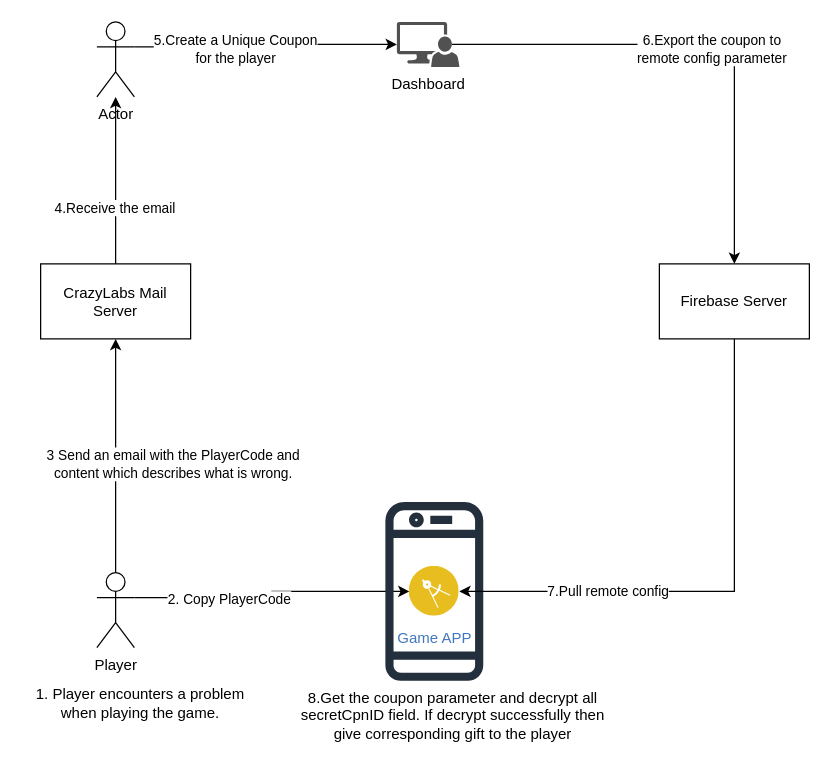
yaohuiwu/SimpleFS keeps this draw.io diagram as page "UniqueCoupon" (1 of 2) of Remote Config Coupon Architecture.drawio. Above is the earlier version. Source tidied: cells renumbered, new cells numbered last; positions are measured from the earlier drawing's top-left corner, leaving out a move shared by most shapes. Both pictures are drawn from the tidied source at 125%, with x=0, y=0 at pixel (21, 21).
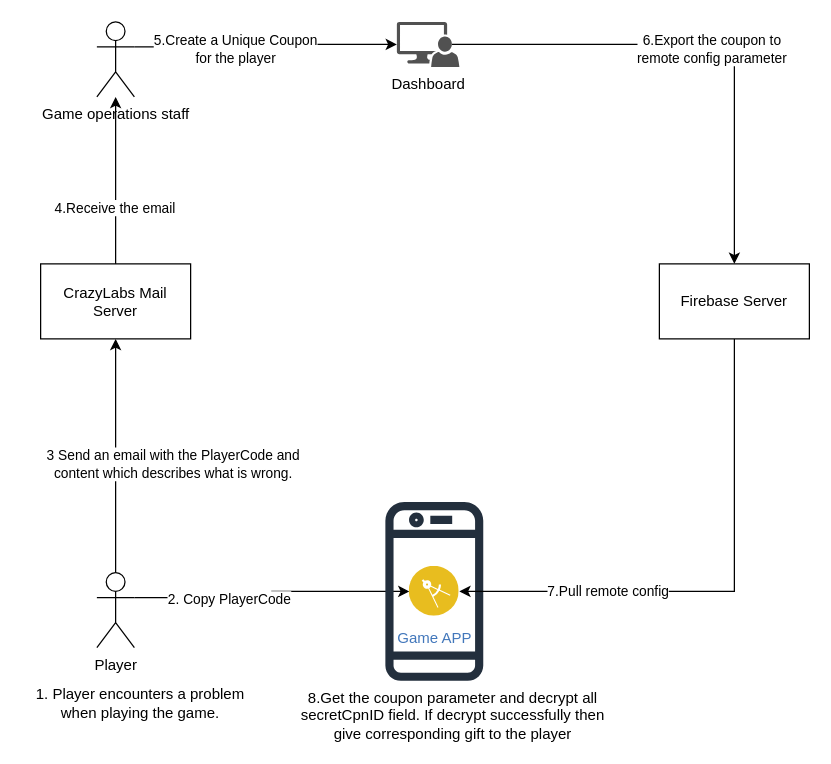
The same diagram, later.

Diff of the diagram source:
```diff
@@
-    <mxCell id="18" value="Actor" style="shape=umlActor;verticalLabelPosition=bottom;verticalAlign=top;html=1;outlineConnect=0;" parent="1" vertex="1">
+    <mxCell id="18" value="Game operations staff" style="shape=umlActor;verticalLabelPosition=bottom;verticalAlign=top;html=1;outlineConnect=0;" parent="1" vertex="1">
       <mxGeometry x="60" width="30" height="60" as="geometry" />
     </mxCell>
```
